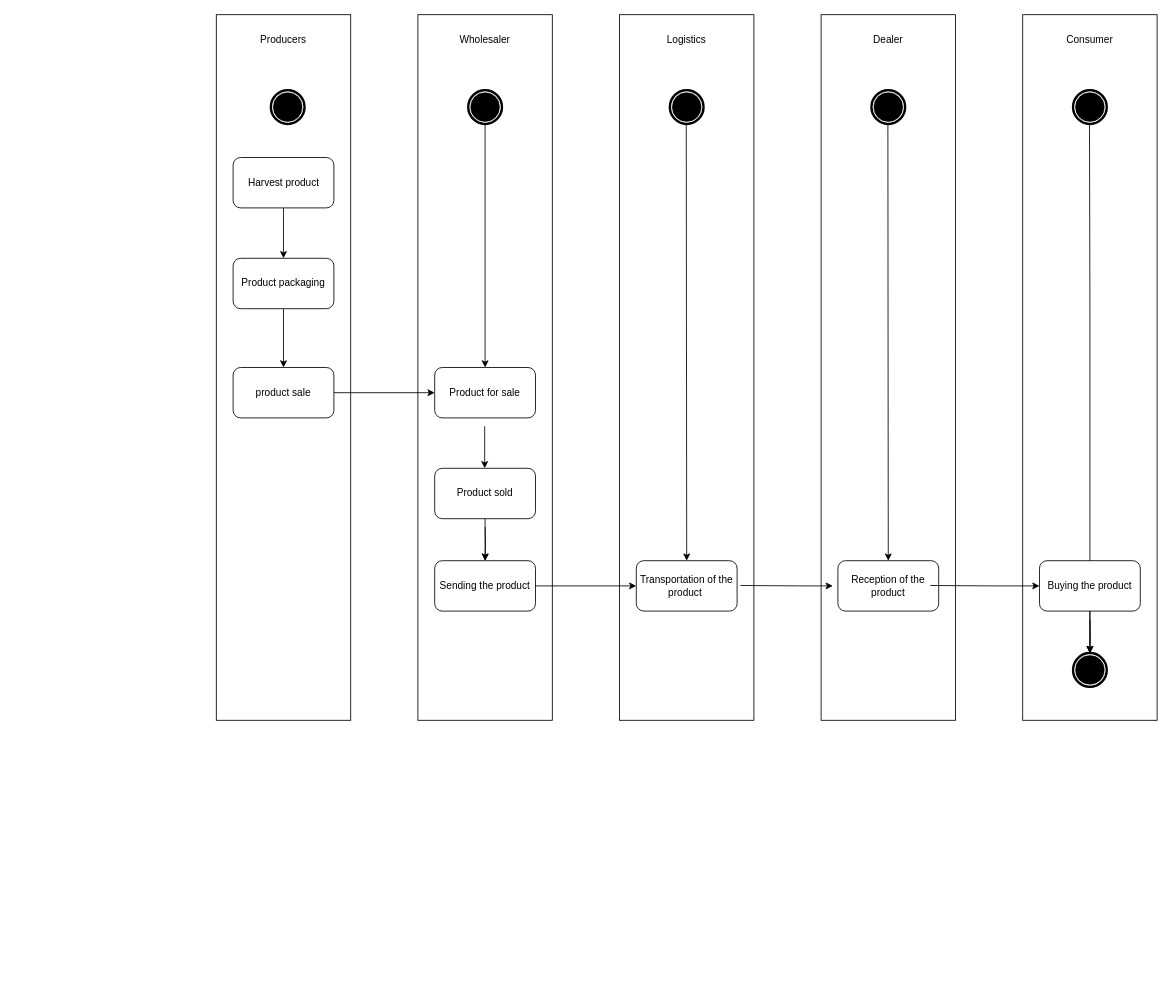
Before: Untitled Diagram.drawio in loosker95/Diagramme-d-activiter, a draw.io diagram. Source tidied: cells renumbered, new cells numbered last; positions are measured from the earlier drawing's top-left corner, leaving out a move shared by most shapes. Both pictures are drawn from the tidied source at 84%, with x=0, y=0 at pixel (216, 14).
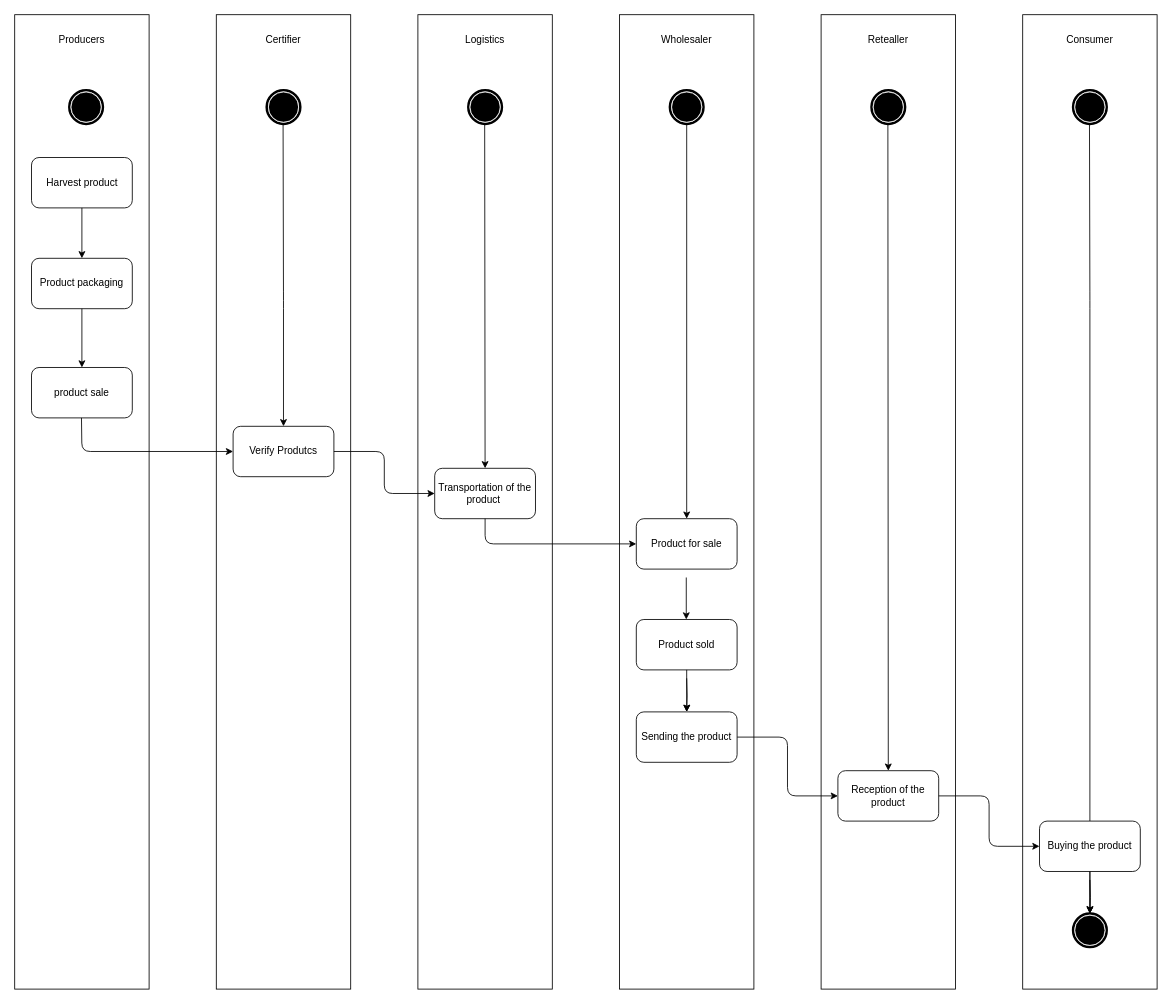
The same page after the edit.

Diff of the diagram source:
```diff
@@
     <mxCell id="2" style="rounded=0;whiteSpace=wrap;html=1;" parent="1" vertex="1">
-      <mxGeometry width="160" height="840" as="geometry" />
+      <mxGeometry x="-240" width="160" height="1160" as="geometry" />
     </mxCell>
     <mxCell id="3" style="rounded=0;whiteSpace=wrap;html=1;" parent="1" vertex="1">
-      <mxGeometry x="240" width="160" height="840" as="geometry" />
+      <mxGeometry x="480" width="160" height="1160" as="geometry" />
     </mxCell>
     <mxCell id="4" style="rounded=0;whiteSpace=wrap;html=1;" parent="1" vertex="1">
-      <mxGeometry x="480" width="160" height="840" as="geometry" />
+      <mxGeometry x="240" width="160" height="1160" as="geometry" />
     </mxCell>
     <mxCell id="5" style="shape=mxgraph.bpmn.shape;html=1;verticalLabelPosition=bottom;labelBackgroundColor=#ffffff;verticalAlign=top;align=center;perimeter=ellipsePerimeter;outline=end;symbol=terminate;" parent="1" vertex="1">
-      <mxGeometry x="65" y="90" width="40" height="40" as="geometry" />
+      <mxGeometry x="-175" y="90" width="40" height="40" as="geometry" />
     </mxCell>
     <mxCell id="6" style="rounded=1;whiteSpace=wrap;html=1;" parent="1" vertex="1">
-      <mxGeometry x="20" y="170" width="120" height="60" as="geometry" />
+      <mxGeometry x="-220" y="170" width="120" height="60" as="geometry" />
     </mxCell>
     <mxCell id="7" style="shape=mxgraph.bpmn.shape;html=1;verticalLabelPosition=bottom;labelBackgroundColor=#ffffff;verticalAlign=top;align=center;perimeter=ellipsePerimeter;outlineConnect=0;outline=end;symbol=terminate;" parent="1" vertex="1">
-      <mxGeometry x="300" y="90" width="40" height="40" as="geometry" />
+      <mxGeometry x="540" y="90" width="40" height="40" as="geometry" />
     </mxCell>
     <mxCell id="8" style="shape=mxgraph.bpmn.shape;html=1;verticalLabelPosition=bottom;labelBackgroundColor=#ffffff;verticalAlign=top;align=center;perimeter=ellipsePerimeter;outline=end;symbol=terminate;" parent="1" vertex="1">
-      <mxGeometry x="540" y="90" width="40" height="40" as="geometry" />
+      <mxGeometry x="300" y="90" width="40" height="40" as="geometry" />
     </mxCell>
     <mxCell id="9" style="rounded=0;whiteSpace=wrap;html=1;" parent="1" vertex="1">
-      <mxGeometry x="720" width="160" height="840" as="geometry" />
+      <mxGeometry x="720" width="160" height="1160" as="geometry" />
     </mxCell>
@@
     <mxCell id="11" value="Harvest product" style="text;html=1;strokeColor=none;fillColor=none;align=center;verticalAlign=middle;whiteSpace=wrap;rounded=0;" parent="1" vertex="1">
-      <mxGeometry x="27.5" y="190" width="105" height="20" as="geometry" />
+      <mxGeometry x="-212.5" y="190" width="105" height="20" as="geometry" />
     </mxCell>
     <mxCell id="12" value="Product packaging" style="rounded=1;whiteSpace=wrap;html=1;" parent="1" vertex="1">
-      <mxGeometry x="20" y="290" width="120" height="60" as="geometry" />
+      <mxGeometry x="-220" y="290" width="120" height="60" as="geometry" />
     </mxCell>
     <mxCell id="13" value="product sale" style="rounded=1;whiteSpace=wrap;html=1;" parent="1" vertex="1">
-      <mxGeometry x="20" y="420" width="120" height="60" as="geometry" />
+      <mxGeometry x="-220" y="420" width="120" height="60" as="geometry" />
     </mxCell>
     <mxCell id="14" value="Producers" style="text;html=1;strokeColor=none;fillColor=none;align=center;verticalAlign=middle;whiteSpace=wrap;rounded=0;" parent="1" vertex="1">
-      <mxGeometry x="60" y="20" width="40" height="20" as="geometry" />
+      <mxGeometry x="-180" y="20" width="40" height="20" as="geometry" />
     </mxCell>
     <mxCell id="15" style="rounded=0;whiteSpace=wrap;html=1;" parent="1" vertex="1">
-      <mxGeometry x="960" width="160" height="840" as="geometry" />
+      <mxGeometry x="960" width="160" height="1160" as="geometry" />
     </mxCell>
@@
-    <mxCell id="17" value="Dealer" style="text;html=1;strokeColor=none;fillColor=none;align=center;verticalAlign=middle;whiteSpace=wrap;rounded=0;" parent="1" vertex="1">
+    <mxCell id="17" value="Retealler" style="text;html=1;strokeColor=none;fillColor=none;align=center;verticalAlign=middle;whiteSpace=wrap;rounded=0;" parent="1" vertex="1">
       <mxGeometry x="780" y="20" width="40" height="20" as="geometry" />
     </mxCell>
     <mxCell id="18" value="Wholesaler" style="text;html=1;strokeColor=none;fillColor=none;align=center;verticalAlign=middle;whiteSpace=wrap;rounded=0;" parent="1" vertex="1">
-      <mxGeometry x="300" y="20" width="40" height="20" as="geometry" />
+      <mxGeometry x="540" y="20" width="40" height="20" as="geometry" />
     </mxCell>
     <mxCell id="19" value="Logistics" style="text;html=1;strokeColor=none;fillColor=none;align=center;verticalAlign=middle;whiteSpace=wrap;rounded=0;" parent="1" vertex="1">
-      <mxGeometry x="540" y="20" width="40" height="20" as="geometry" />
+      <mxGeometry x="300" y="20" width="40" height="20" as="geometry" />
     </mxCell>
@@
     <mxCell id="24" value="Product for sale" style="rounded=1;whiteSpace=wrap;html=1;" parent="1" vertex="1">
-      <mxGeometry x="260" y="420" width="120" height="60" as="geometry" />
+      <mxGeometry x="500" y="600" width="120" height="60" as="geometry" />
     </mxCell>
-    <mxCell id="25" style="endArrow=classic;html=1;exitX=1;exitY=0.5;exitDx=0;exitDy=0;" parent="1" edge="1" source="13">
-      <mxGeometry relative="1" as="geometry">
-        <mxPoint x="260" y="450" as="targetPoint" />
-      </mxGeometry>
-    </mxCell>
     <mxCell id="26" style="edgeStyle=orthogonalEdgeStyle;rounded=0;jettySize=auto;html=1;" parent="1" edge="1" target="40">
       <mxGeometry relative="1" as="geometry">
-        <mxPoint x="320" y="610" as="sourcePoint" />
+        <mxPoint x="560" y="790" as="sourcePoint" />
       </mxGeometry>
     </mxCell>
     <mxCell id="27" value="Product sold" style="rounded=1;whiteSpace=wrap;html=1;" parent="1" vertex="1">
-      <mxGeometry x="260" y="540" width="120" height="60" as="geometry" />
+      <mxGeometry x="500" y="720" width="120" height="60" as="geometry" />
     </mxCell>
     <mxCell id="28" style="endArrow=classic;html=1;exitX=0.5;exitY=1;exitDx=0;exitDy=0;entryX=0.5;entryY=0;entryDx=0;entryDy=0;" parent="1" edge="1" target="29">
       <mxGeometry relative="1" as="geometry">
-        <mxPoint x="559.5" y="130" as="sourcePoint" />
+        <mxPoint x="319.5" y="130" as="sourcePoint" />
       </mxGeometry>
     </mxCell>
     <mxCell id="29" value="Transportation of the product&amp;nbsp;" style="rounded=1;whiteSpace=wrap;html=1;" parent="1" vertex="1">
-      <mxGeometry x="500" y="650" width="120" height="60" as="geometry" />
+      <mxGeometry x="260" y="540" width="120" height="60" as="geometry" />
     </mxCell>
-    <mxCell id="30" style="endArrow=classic;html=1;exitX=1;exitY=0.5;exitDx=0;exitDy=0;entryX=0;entryY=0.5;entryDx=0;entryDy=0;" parent="1" edge="1" source="40" target="29">
-      <mxGeometry relative="1" as="geometry" />
-    </mxCell>
     <mxCell id="31" value="Reception of the product" style="rounded=1;whiteSpace=wrap;html=1;" parent="1" vertex="1">
-      <mxGeometry x="740" y="650" width="120" height="60" as="geometry" />
+      <mxGeometry x="740" y="900" width="120" height="60" as="geometry" />
     </mxCell>
-    <mxCell id="32" style="endArrow=classic;html=1;exitX=1;exitY=0.5;exitDx=0;exitDy=0;" parent="1" edge="1">
+    <mxCell id="32" style="endArrow=classic;html=1;exitX=1;exitY=0.5;exitDx=0;exitDy=0;entryX=0;entryY=0.5;entryDx=0;entryDy=0;" parent="1" edge="1" source="40" target="31">
       <mxGeometry relative="1" as="geometry">
-        <mxPoint x="624" y="679.5" as="sourcePoint" />
-        <mxPoint x="734" y="680" as="targetPoint" />
         <Array as="points">
-          <mxPoint x="694" y="680" />
+          <mxPoint x="680" y="860" />
+          <mxPoint x="680" y="930" />
         </Array>
       </mxGeometry>
     </mxCell>
@@
     <mxCell id="35" style="edgeStyle=orthogonalEdgeStyle;rounded=0;jettySize=auto;html=1;" parent="1" edge="1" target="38">
       <mxGeometry relative="1" as="geometry">
-        <mxPoint x="1040" y="720" as="sourcePoint" />
+        <mxPoint x="1040" y="1030" as="sourcePoint" />
       </mxGeometry>
     </mxCell>
     <mxCell id="36" value="Buying the product" style="rounded=1;whiteSpace=wrap;html=1;" parent="1" vertex="1">
-      <mxGeometry x="980" y="650" width="120" height="60" as="geometry" />
+      <mxGeometry x="980" y="960" width="120" height="60" as="geometry" />
     </mxCell>
     <mxCell id="37" style="endArrow=classic;html=1;" parent="1" edge="1">
       <mxGeometry relative="1" as="geometry">
-        <mxPoint x="1040" y="710" as="sourcePoint" />
-        <mxPoint x="1040" y="760" as="targetPoint" />
+        <mxPoint x="1040" y="1020" as="sourcePoint" />
+        <mxPoint x="1040" y="1070" as="targetPoint" />
       </mxGeometry>
     </mxCell>
     <mxCell id="38" style="shape=mxgraph.bpmn.shape;html=1;verticalLabelPosition=bottom;labelBackgroundColor=#ffffff;verticalAlign=top;align=center;perimeter=ellipsePerimeter;outlineConnect=0;outline=end;symbol=terminate;" parent="1" vertex="1">
-      <mxGeometry x="1020" y="760" width="40" height="40" as="geometry" />
+      <mxGeometry x="1020" y="1070" width="40" height="40" as="geometry" />
     </mxCell>
-    <mxCell id="39" style="endArrow=classic;html=1;exitX=1;exitY=0.5;exitDx=0;exitDy=0;entryX=0;entryY=0.5;entryDx=0;entryDy=0;" parent="1" edge="1" target="36">
+    <mxCell id="39" style="endArrow=classic;html=1;exitX=1;exitY=0.5;exitDx=0;exitDy=0;entryX=0;entryY=0.5;entryDx=0;entryDy=0;" parent="1" edge="1" source="31" target="36">
       <mxGeometry relative="1" as="geometry">
-        <mxPoint x="850" y="679.5" as="sourcePoint" />
         <Array as="points">
-          <mxPoint x="920" y="680" />
+          <mxPoint x="920" y="930" />
+          <mxPoint x="920" y="990" />
         </Array>
       </mxGeometry>
     </mxCell>
     <mxCell id="40" value="Sending the product" style="rounded=1;whiteSpace=wrap;html=1;" parent="1" vertex="1">
-      <mxGeometry x="260" y="650" width="120" height="60" as="geometry" />
+      <mxGeometry x="500" y="830" width="120" height="60" as="geometry" />
     </mxCell>
     <mxCell id="41" style="endArrow=classic;html=1;" parent="1" edge="1">
       <mxGeometry relative="1" as="geometry">
-        <mxPoint x="320" y="600" as="sourcePoint" />
-        <mxPoint x="320" y="650" as="targetPoint" />
+        <mxPoint x="560" y="780" as="sourcePoint" />
+        <mxPoint x="560" y="830" as="targetPoint" />
       </mxGeometry>
     </mxCell>
     <mxCell id="42" style="endArrow=classic;html=1;" parent="1" edge="1">
       <mxGeometry relative="1" as="geometry">
-        <mxPoint x="319.5" y="490" as="sourcePoint" />
-        <mxPoint x="319.5" y="540" as="targetPoint" />
+        <mxPoint x="559.5" y="670" as="sourcePoint" />
+        <mxPoint x="559.5" y="720" as="targetPoint" />
       </mxGeometry>
     </mxCell>
+    <mxCell id="43" style="rounded=0;whiteSpace=wrap;html=1;" parent="1" vertex="1">
+      <mxGeometry width="160" height="1160" as="geometry" />
+    </mxCell>
+    <mxCell id="44" style="shape=mxgraph.bpmn.shape;html=1;verticalLabelPosition=bottom;labelBackgroundColor=#ffffff;verticalAlign=top;align=center;perimeter=ellipsePerimeter;outline=end;symbol=terminate;" parent="1" vertex="1">
+      <mxGeometry x="60" y="90" width="40" height="40" as="geometry" />
+    </mxCell>
+    <mxCell id="45" value="Certifier" style="text;html=1;strokeColor=none;fillColor=none;align=center;verticalAlign=middle;whiteSpace=wrap;rounded=0;" parent="1" vertex="1">
+      <mxGeometry x="60" y="20" width="40" height="20" as="geometry" />
+    </mxCell>
+    <mxCell id="46" style="endArrow=classic;html=1;exitX=0.5;exitY=1;exitDx=0;exitDy=0;entryX=0.5;entryY=0;entryDx=0;entryDy=0;" parent="1" edge="1" target="47">
+      <mxGeometry relative="1" as="geometry">
+        <mxPoint x="79.5" y="130" as="sourcePoint" />
+        <Array as="points">
+          <mxPoint x="80" y="340" />
+        </Array>
+      </mxGeometry>
+    </mxCell>
+    <mxCell id="47" value="Verify Produtcs" style="rounded=1;whiteSpace=wrap;html=1;" parent="1" vertex="1">
+      <mxGeometry x="20" y="490" width="120" height="60" as="geometry" />
+    </mxCell>
+    <mxCell id="48" style="endArrow=classic;html=1;exitX=0.5;exitY=1;exitDx=0;exitDy=0;entryX=0;entryY=0.5;entryDx=0;entryDy=0;" parent="1" edge="1" target="47">
+      <mxGeometry relative="1" as="geometry">
+        <mxPoint x="-160.5" y="480" as="sourcePoint" />
+        <Array as="points">
+          <mxPoint x="-160" y="520" />
+        </Array>
+      </mxGeometry>
+    </mxCell>
+    <mxCell id="49" style="endArrow=classic;html=1;entryX=0;entryY=0.5;entryDx=0;entryDy=0;" parent="1" edge="1">
+      <mxGeometry relative="1" as="geometry">
+        <mxPoint x="320" y="600" as="sourcePoint" />
+        <mxPoint x="500" y="630" as="targetPoint" />
+        <Array as="points">
+          <mxPoint x="320" y="630" />
+        </Array>
+      </mxGeometry>
+    </mxCell>
+    <mxCell id="50" style="endArrow=classic;html=1;exitX=1;exitY=0.5;exitDx=0;exitDy=0;entryX=0;entryY=0.5;entryDx=0;entryDy=0;" parent="1" edge="1" target="29">
+      <mxGeometry relative="1" as="geometry">
+        <mxPoint x="140" y="520" as="sourcePoint" />
+        <Array as="points">
+          <mxPoint x="200" y="520" />
+          <mxPoint x="200" y="570" />
+        </Array>
+      </mxGeometry>
+    </mxCell>
```
